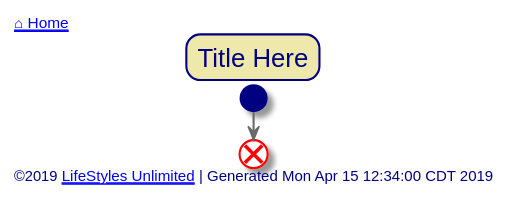
The PlantUML diagram out/src/common/name-here.svg in toddmo/lifestylesunlimited, before a commit.
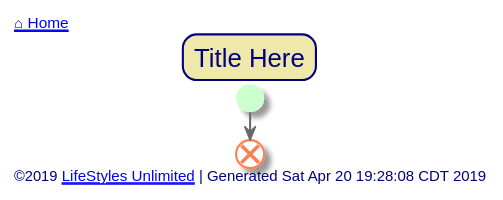
Above is the later version.

Change to the diagram source:
```diff
@@ -16,7 +16,8 @@
 skinparam activity {
   BackgroundColor Ivory
   BorderColor CornflowerBlue
-  FontColor DarkGray
+  FontColor DimGray
+
 
   Arrow {
     Color dimgray
@@ -24,11 +25,11 @@
   }
 
   Start {
-    Color Navy
+    Color PHYSICAL
   }
 
   End {
-    Color Red
+    Color Coral
   }
 
   Diamond {
@@ -46,13 +47,21 @@
 }
 
 skinparam Partition {
-  BackgroundColor DarkSeaGreen
+  BackgroundColor Ivory
   BorderColor CornflowerBlue
   BorderThickness 1
+  FontColor CornflowerBlue
+  FontSize 16
+  BorderRoundCorner 20
+}
+
+skinparam Note {
+  BackgroundColor LightSteelBlue
+  BorderColor CornflowerBlue
   FontColor White
-  FontSize 16
 }
-skinparam Note {
+
+skinparam Legend {
   BackgroundColor LightSteelBlue
   BorderColor CornflowerBlue
   FontColor White
@@ -74,8 +83,9 @@
 
 	end
 
+
 left footer
-	©2019 [[http://www.lifestylesunlimited.com LifeStyles Unlimited]] | Generated Mon Apr 15 12:34:00 CDT 2019
+	©2019 [[http://www.lifestylesunlimited.com LifeStyles Unlimited]] | Generated Sat Apr 20 19:28:08 CDT 2019
 endfooter
 
 
```
